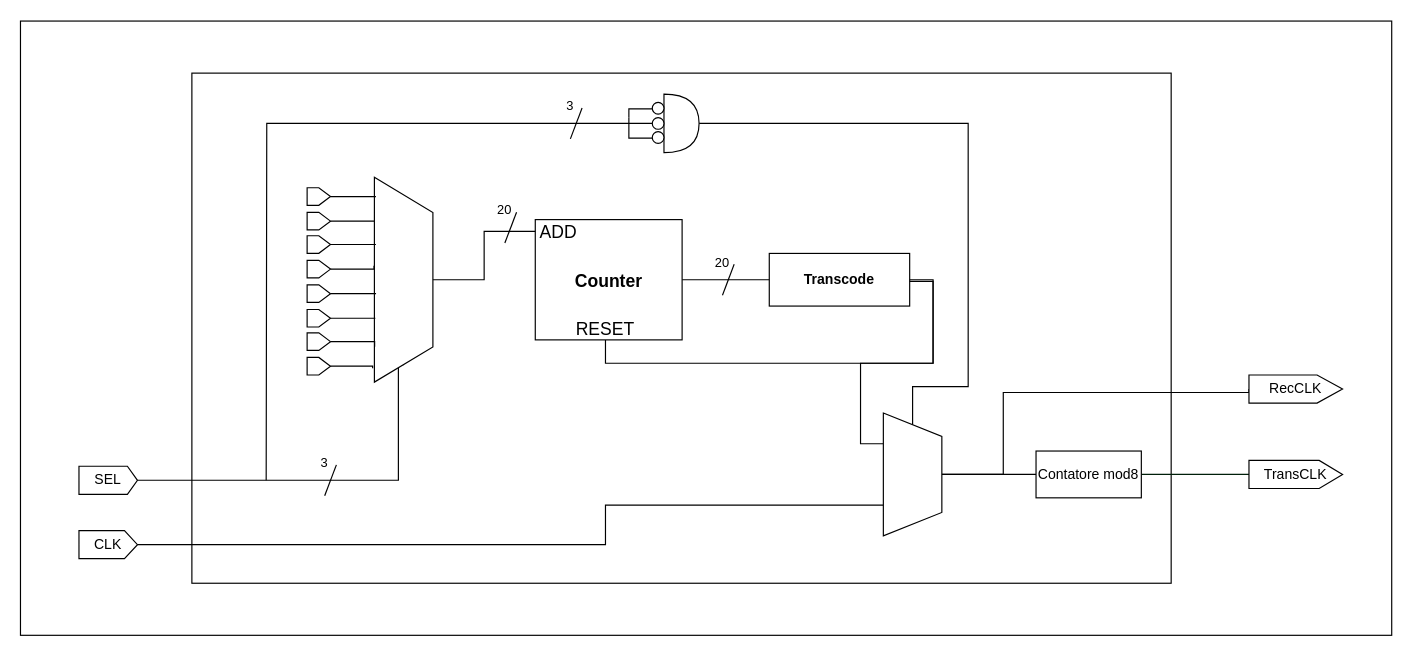
Before: page "Copy of BaudRateGenerator" (4 of 14) of Uart.drawio in FlavioRenzi/UART_Project, a draw.io diagram. Source tidied: cells renumbered, new cells numbered last; positions are measured from the earlier drawing's top-left corner, leaving out a move shared by most shapes. Both pictures are drawn from the tidied source at 117%, with x=0, y=0 at pixel (20, 21).
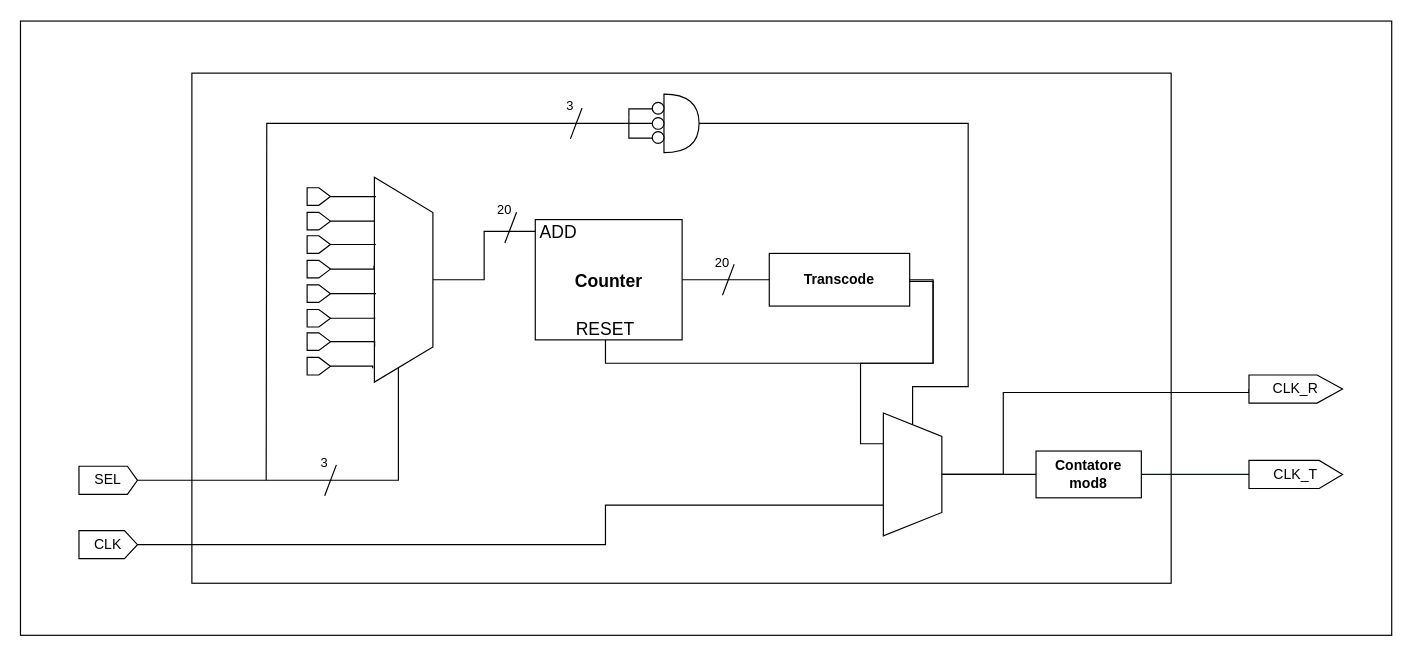
Above is the later version.

Change to the diagram source:
```diff
@@
-    <mxCell id="9" value="RecCLK" style="shape=offPageConnector;whiteSpace=wrap;html=1;rotation=0;direction=north;size=0.2727272727272727;" parent="1" vertex="1">
+    <mxCell id="9" value="CLK_R" style="shape=offPageConnector;whiteSpace=wrap;html=1;rotation=0;direction=north;size=0.2727272727272727;" parent="1" vertex="1">
       <mxGeometry x="1050" y="302" width="80" height="24" as="geometry" />
     </mxCell>
@@
-    <mxCell id="11" value="TransCLK" style="shape=offPageConnector;whiteSpace=wrap;html=1;rotation=0;direction=north;size=0.25;" parent="1" vertex="1">
+    <mxCell id="11" value="CLK_T" style="shape=offPageConnector;whiteSpace=wrap;html=1;rotation=0;direction=north;size=0.25;" parent="1" vertex="1">
       <mxGeometry x="1050" y="375" width="80" height="24" as="geometry" />
     </mxCell>
-    <mxCell id="12" value="Contatore mod8" style="rounded=0;whiteSpace=wrap;html=1;fillColor=#ffffff;" parent="1" vertex="1">
+    <mxCell id="12" value="&lt;b&gt;Contatore mod8&lt;/b&gt;" style="rounded=0;whiteSpace=wrap;html=1;fillColor=#ffffff;" parent="1" vertex="1">
       <mxGeometry x="868" y="367" width="90" height="40" as="geometry" />
     </mxCell>
```
